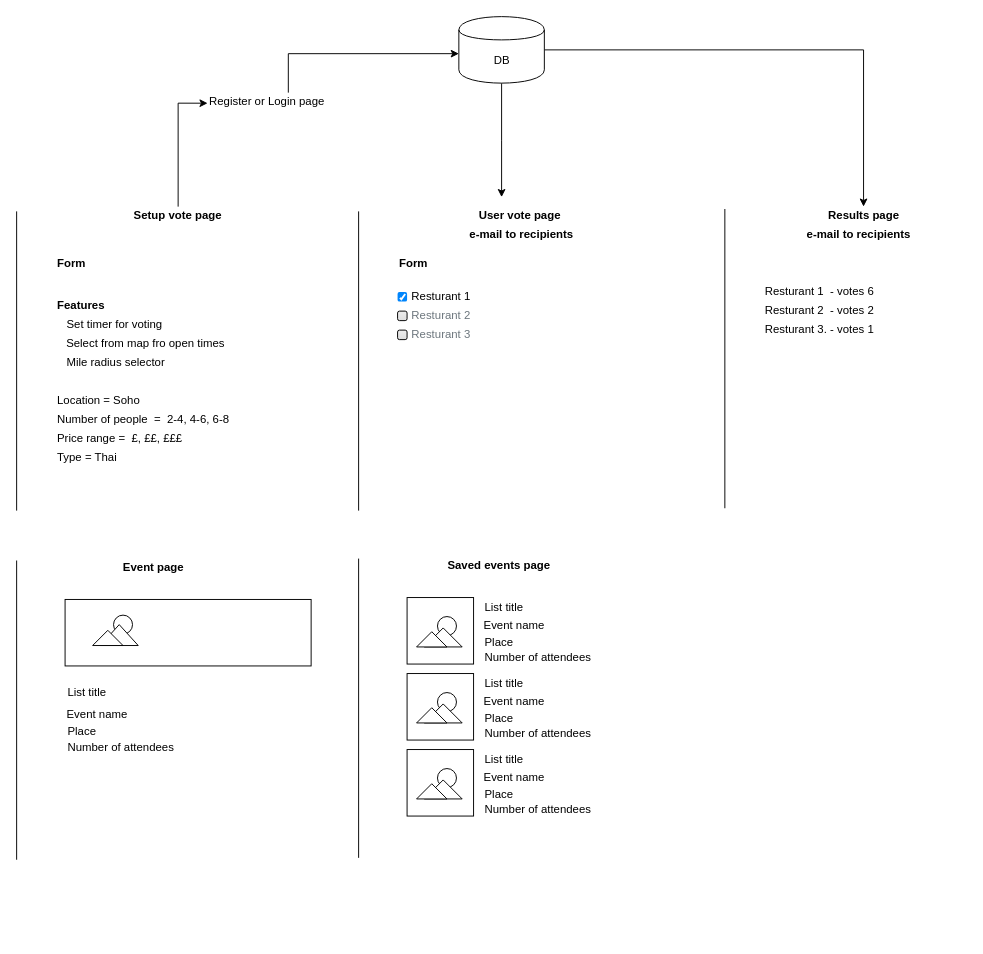
ameenaziz/lunch keeps this draw.io diagram as lunchSystem.drawio. Above is the earlier version. Source tidied: cells renumbered, new cells numbered last; positions are measured from the earlier drawing's top-left corner, leaving out a move shared by most shapes. Both pictures are drawn from the tidied source at 95%, with x=0, y=0 at pixel (16, 16).
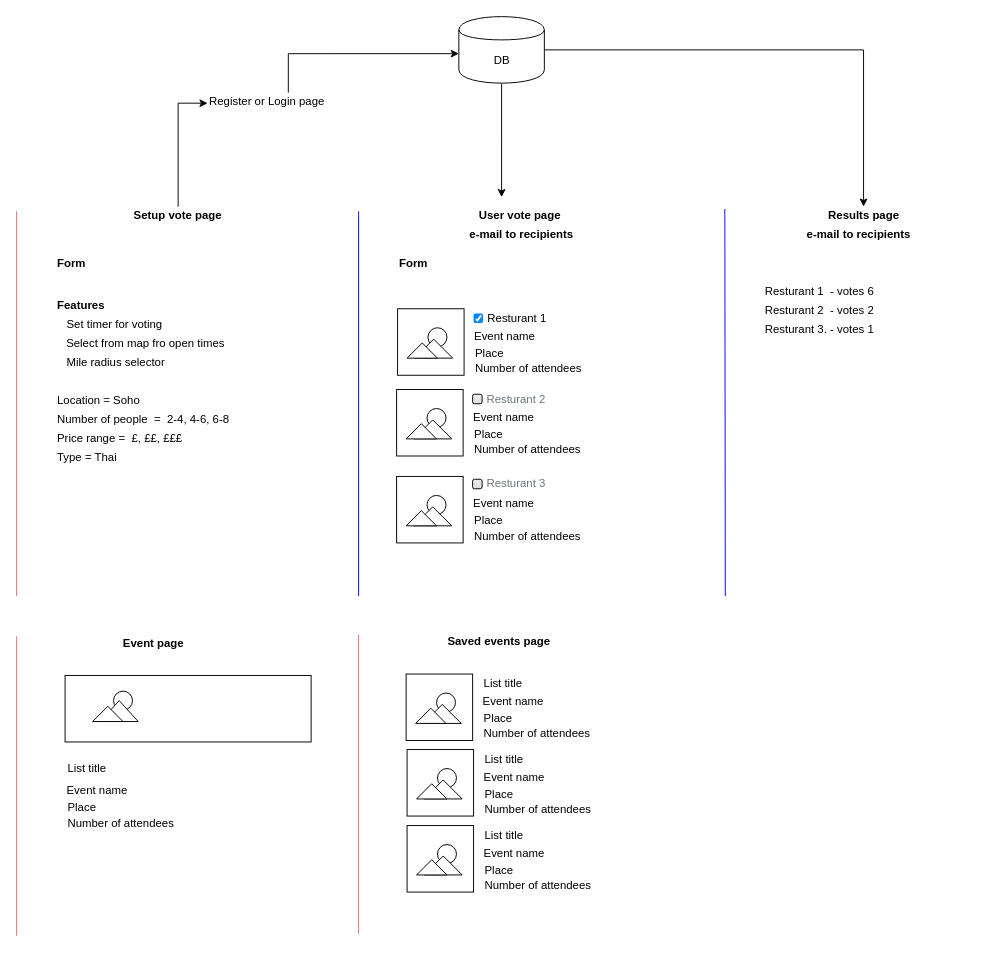
Above is the later version.

What changed in the source:
```diff
@@
     <mxCell id="15" style="group;" parent="1" vertex="1">
-      <mxGeometry x="411" y="671.5" width="48" height="70" as="geometry" />
+      <mxGeometry x="411" y="751.5" width="48" height="70" as="geometry" />
     </mxCell>
@@
-    <mxCell id="17" style="group;" parent="1" vertex="1">
-      <mxGeometry x="411" y="611.5" width="250" height="73" as="geometry" />
-    </mxCell>
-    <mxCell id="18" style="whiteSpace=wrap;html=1;fontStyle=0;" parent="17" vertex="1">
-      <mxGeometry width="70" height="70" as="geometry" />
-    </mxCell>
-    <mxCell id="19" value="List title&amp;nbsp;" style="text;html=1;strokeColor=none;fillColor=none;align=left;verticalAlign=middle;whiteSpace=wrap;rounded=0;" parent="17" vertex="1">
-      <mxGeometry x="80" width="170" height="20" as="geometry" />
-    </mxCell>
-    <mxCell id="20" value="Event name" style="text;html=1;strokeColor=none;fillColor=none;align=left;verticalAlign=middle;whiteSpace=wrap;rounded=0;" parent="17" vertex="1">
-      <mxGeometry x="79" y="19" width="170" height="20" as="geometry" />
-    </mxCell>
-    <mxCell id="21" value="Place" style="text;html=1;strokeColor=none;fillColor=none;align=left;verticalAlign=middle;whiteSpace=wrap;rounded=0;" parent="17" vertex="1">
-      <mxGeometry x="80" y="37" width="170" height="20" as="geometry" />
-    </mxCell>
-    <mxCell id="22" value="Number of attendees&amp;nbsp;" style="text;html=1;strokeColor=none;fillColor=none;align=left;verticalAlign=middle;whiteSpace=wrap;rounded=0;" parent="17" vertex="1">
-      <mxGeometry x="80" y="53" width="170" height="20" as="geometry" />
-    </mxCell>
-    <mxCell id="23" style="group;" parent="17" vertex="1">
-      <mxGeometry width="70" height="70" as="geometry" />
-    </mxCell>
-    <mxCell id="24" style="group;" parent="23" vertex="1">
-      <mxGeometry x="10" y="20" width="48" height="32" as="geometry" />
-    </mxCell>
-    <mxCell id="25" style="group;" parent="24" vertex="1">
-      <mxGeometry x="22" width="20" height="20" as="geometry" />
-    </mxCell>
-    <mxCell id="26" style="ellipse;whiteSpace=wrap;html=1;" parent="25" vertex="1">
-      <mxGeometry width="20" height="20" as="geometry" />
-    </mxCell>
-    <mxCell id="27" style="group;" parent="24" vertex="1">
-      <mxGeometry y="12" width="48" height="20" as="geometry" />
-    </mxCell>
-    <mxCell id="28" style="group;" parent="27" vertex="1">
-      <mxGeometry width="48" height="20" as="geometry" />
-    </mxCell>
-    <mxCell id="29" style="group;" parent="28" vertex="1">
-      <mxGeometry width="48" height="20" as="geometry" />
-    </mxCell>
-    <mxCell id="30" style="triangle;whiteSpace=wrap;html=1;rotation=-90;" parent="29" vertex="1">
-      <mxGeometry x="18" y="-10" width="20" height="40" as="geometry" />
-    </mxCell>
-    <mxCell id="31" style="triangle;whiteSpace=wrap;html=1;rotation=-90;" parent="29" vertex="1">
-      <mxGeometry x="8" y="-4" width="16" height="32" as="geometry" />
-    </mxCell>
     <mxCell id="32" style="group;" parent="1" vertex="1">
-      <mxGeometry x="411" y="691.5" width="250" height="73" as="geometry" />
+      <mxGeometry x="411" y="771.5" width="250" height="73" as="geometry" />
     </mxCell>
@@
     <mxCell id="47" style="group;" parent="1" vertex="1">
-      <mxGeometry x="411" y="771.5" width="250" height="73" as="geometry" />
+      <mxGeometry x="411" y="851.5" width="250" height="73" as="geometry" />
     </mxCell>
@@
-    <mxCell id="62" style="endArrow=none;html=1;" parent="1" edge="1">
+    <mxCell id="62" style="endArrow=none;html=1;strokeColor=#EA6B66;" parent="1" edge="1">
       <mxGeometry relative="1" as="geometry">
-        <mxPoint x="360" y="885.5" as="sourcePoint" />
-        <mxPoint x="360" y="570.5" as="targetPoint" />
+        <mxPoint x="360" y="965.5" as="sourcePoint" />
+        <mxPoint x="360" y="650.5" as="targetPoint" />
       </mxGeometry>
     </mxCell>
     <mxCell id="63" value="Saved events page" style="text;html=1;strokeColor=none;fillColor=none;align=center;verticalAlign=middle;whiteSpace=wrap;rounded=0;fontStyle=1;" parent="1" vertex="1">
-      <mxGeometry x="451" y="568" width="113.5" height="20" as="geometry" />
+      <mxGeometry x="451" y="648" width="113.5" height="20" as="geometry" />
     </mxCell>
@@
     <mxCell id="65" style="whiteSpace=wrap;html=1;fontStyle=0;" parent="1" vertex="1">
-      <mxGeometry x="51" y="613.5" width="259" height="70" as="geometry" />
+      <mxGeometry x="51" y="693.5" width="259" height="70" as="geometry" />
     </mxCell>
     <mxCell id="66" style="group;" parent="1" vertex="1">
-      <mxGeometry x="51" y="673.5" width="48" height="70" as="geometry" />
+      <mxGeometry x="51" y="753.5" width="48" height="70" as="geometry" />
     </mxCell>
@@
-    <mxCell id="68" style="endArrow=none;html=1;" parent="1" edge="1">
+    <mxCell id="68" style="endArrow=none;html=1;strokeColor=#EA6B66;" parent="1" edge="1">
       <mxGeometry relative="1" as="geometry">
-        <mxPoint y="887.5" as="sourcePoint" />
-        <mxPoint y="572.5" as="targetPoint" />
+        <mxPoint y="967.5" as="sourcePoint" />
+        <mxPoint y="652.5" as="targetPoint" />
       </mxGeometry>
     </mxCell>
     <mxCell id="69" value="Event page&amp;nbsp;" style="text;html=1;strokeColor=none;fillColor=none;align=center;verticalAlign=middle;whiteSpace=wrap;rounded=0;fontStyle=1;" parent="1" vertex="1">
-      <mxGeometry x="91" y="570" width="110" height="20" as="geometry" />
+      <mxGeometry x="91" y="650" width="110" height="20" as="geometry" />
     </mxCell>
     <mxCell id="70" value="List title&amp;nbsp;" style="text;html=1;strokeColor=none;fillColor=none;align=left;verticalAlign=middle;whiteSpace=wrap;rounded=0;" parent="1" vertex="1">
-      <mxGeometry x="52" y="701.5" width="170" height="20" as="geometry" />
+      <mxGeometry x="52" y="781.5" width="170" height="20" as="geometry" />
     </mxCell>
     <mxCell id="71" value="Event name" style="text;html=1;strokeColor=none;fillColor=none;align=left;verticalAlign=middle;whiteSpace=wrap;rounded=0;" parent="1" vertex="1">
-      <mxGeometry x="51" y="724.5" width="170" height="20" as="geometry" />
+      <mxGeometry x="51" y="804.5" width="170" height="20" as="geometry" />
     </mxCell>
     <mxCell id="72" value="Place" style="text;html=1;strokeColor=none;fillColor=none;align=left;verticalAlign=middle;whiteSpace=wrap;rounded=0;" parent="1" vertex="1">
-      <mxGeometry x="52" y="742.5" width="170" height="20" as="geometry" />
+      <mxGeometry x="52" y="822.5" width="170" height="20" as="geometry" />
     </mxCell>
     <mxCell id="73" value="Number of attendees&amp;nbsp;" style="text;html=1;strokeColor=none;fillColor=none;align=left;verticalAlign=middle;whiteSpace=wrap;rounded=0;" parent="1" vertex="1">
-      <mxGeometry x="52" y="758.5" width="170" height="20" as="geometry" />
+      <mxGeometry x="52" y="838.5" width="170" height="20" as="geometry" />
     </mxCell>
     <mxCell id="74" style="group;" parent="1" vertex="1">
-      <mxGeometry x="51" y="613.5" width="70" height="70" as="geometry" />
+      <mxGeometry x="51" y="693.5" width="70" height="70" as="geometry" />
     </mxCell>
@@
-    <mxCell id="90" style="endArrow=none;html=1;" parent="1" edge="1">
+    <mxCell id="90" style="endArrow=none;html=1;strokeColor=#EA6B66;" parent="1" edge="1">
       <mxGeometry relative="1" as="geometry">
-        <mxPoint y="520" as="sourcePoint" />
+        <mxPoint y="610" as="sourcePoint" />
         <mxPoint y="205" as="targetPoint" />
       </mxGeometry>
     </mxCell>
-    <mxCell id="91" style="endArrow=none;html=1;" parent="1" edge="1">
+    <mxCell id="91" style="endArrow=none;html=1;strokeColor=#0000FF;" parent="1" edge="1">
       <mxGeometry relative="1" as="geometry">
-        <mxPoint x="745.5" y="517.5" as="sourcePoint" />
+        <mxPoint x="746" y="610" as="sourcePoint" />
         <mxPoint x="745.5" y="202.5" as="targetPoint" />
       </mxGeometry>
     </mxCell>
-    <mxCell id="92" style="endArrow=none;html=1;" parent="1" edge="1">
+    <mxCell id="92" style="endArrow=none;html=1;strokeColor=#0000FF;" parent="1" edge="1">
       <mxGeometry relative="1" as="geometry">
-        <mxPoint x="360" y="520" as="sourcePoint" />
+        <mxPoint x="360" y="610" as="sourcePoint" />
         <mxPoint x="360" y="205" as="targetPoint" />
       </mxGeometry>
     </mxCell>
-    <mxCell id="93" value="Resturant 1&amp;nbsp;" style="html=1;shadow=0;dashed=0;shape=mxgraph.bootstrap.checkbox2;labelPosition=right;verticalLabelPosition=middle;align=left;verticalAlign=middle;gradientColor=#DEDEDE;fillColor=#EDEDED;checked=1;spacing=5;checkedFill=#0085FC;checkedStroke=#ffffff;" parent="1" vertex="1">
-      <mxGeometry x="401" y="290" width="10" height="10" as="geometry" />
-    </mxCell>
-    <mxCell id="94" value="Resturant 2&amp;nbsp;" style="html=1;shadow=0;dashed=0;shape=mxgraph.bootstrap.checkbox2;labelPosition=right;verticalLabelPosition=middle;align=left;verticalAlign=middle;gradientColor=#DEDEDE;fillColor=#EDEDED;checked=0;spacing=5;fontColor=#6C767D;checkedFill=#0085FC;checkedStroke=#ffffff;" parent="1" vertex="1">
-      <mxGeometry x="401" y="310" width="10" height="10" as="geometry" />
-    </mxCell>
-    <mxCell id="95" value="Resturant 3" style="html=1;shadow=0;dashed=0;shape=mxgraph.bootstrap.checkbox2;labelPosition=right;verticalLabelPosition=middle;align=left;verticalAlign=middle;gradientColor=#DEDEDE;fillColor=#EDEDED;checked=0;spacing=5;fontColor=#6C767D;checkedFill=#0085FC;checkedStroke=#ffffff;" parent="1" vertex="1">
-      <mxGeometry x="401" y="330" width="10" height="10" as="geometry" />
-    </mxCell>
@@
+    <mxCell id="99" style="group;" parent="1" vertex="1">
+      <mxGeometry x="401" y="307.5" width="250" height="73" as="geometry" />
+    </mxCell>
+    <mxCell id="17" style="group;" parent="99" vertex="1">
+      <mxGeometry width="250" height="73" as="geometry" />
+    </mxCell>
+    <mxCell id="18" style="whiteSpace=wrap;html=1;fontStyle=0;" parent="17" vertex="1">
+      <mxGeometry width="70" height="70" as="geometry" />
+    </mxCell>
+    <mxCell id="20" value="Event name" style="text;html=1;strokeColor=none;fillColor=none;align=left;verticalAlign=middle;whiteSpace=wrap;rounded=0;" parent="17" vertex="1">
+      <mxGeometry x="79" y="19" width="170" height="20" as="geometry" />
+    </mxCell>
+    <mxCell id="21" value="Place" style="text;html=1;strokeColor=none;fillColor=none;align=left;verticalAlign=middle;whiteSpace=wrap;rounded=0;" parent="17" vertex="1">
+      <mxGeometry x="80" y="37" width="170" height="20" as="geometry" />
+    </mxCell>
+    <mxCell id="22" value="Number of attendees&amp;nbsp;" style="text;html=1;strokeColor=none;fillColor=none;align=left;verticalAlign=middle;whiteSpace=wrap;rounded=0;" parent="17" vertex="1">
+      <mxGeometry x="80" y="53" width="170" height="20" as="geometry" />
+    </mxCell>
+    <mxCell id="23" style="group;" parent="17" vertex="1">
+      <mxGeometry width="70" height="70" as="geometry" />
+    </mxCell>
+    <mxCell id="24" style="group;" parent="23" vertex="1">
+      <mxGeometry x="10" y="20" width="48" height="32" as="geometry" />
+    </mxCell>
+    <mxCell id="25" style="group;" parent="24" vertex="1">
+      <mxGeometry x="22" width="20" height="20" as="geometry" />
+    </mxCell>
+    <mxCell id="26" style="ellipse;whiteSpace=wrap;html=1;" parent="25" vertex="1">
+      <mxGeometry width="20" height="20" as="geometry" />
+    </mxCell>
+    <mxCell id="27" style="group;" parent="24" vertex="1">
+      <mxGeometry y="12" width="48" height="20" as="geometry" />
+    </mxCell>
+    <mxCell id="28" style="group;" parent="27" vertex="1">
+      <mxGeometry width="48" height="20" as="geometry" />
+    </mxCell>
+    <mxCell id="29" style="group;" parent="28" vertex="1">
+      <mxGeometry width="48" height="20" as="geometry" />
+    </mxCell>
+    <mxCell id="30" style="triangle;whiteSpace=wrap;html=1;rotation=-90;" parent="29" vertex="1">
+      <mxGeometry x="18" y="-10" width="20" height="40" as="geometry" />
+    </mxCell>
+    <mxCell id="31" style="triangle;whiteSpace=wrap;html=1;rotation=-90;" parent="29" vertex="1">
+      <mxGeometry x="8" y="-4" width="16" height="32" as="geometry" />
+    </mxCell>
+    <mxCell id="93" value="Resturant 1&amp;nbsp;" style="html=1;shadow=0;dashed=0;shape=mxgraph.bootstrap.checkbox2;labelPosition=right;verticalLabelPosition=middle;align=left;verticalAlign=middle;gradientColor=#DEDEDE;fillColor=#EDEDED;checked=1;spacing=5;checkedFill=#0085FC;checkedStroke=#ffffff;" parent="17" vertex="1">
+      <mxGeometry x="80" y="5" width="10" height="10" as="geometry" />
+    </mxCell>
+    <mxCell id="100" style="group;" parent="1" vertex="1">
+      <mxGeometry x="410" y="692" width="250" height="73" as="geometry" />
+    </mxCell>
+    <mxCell id="101" style="group;" parent="100" vertex="1">
+      <mxGeometry width="250" height="73" as="geometry" />
+    </mxCell>
+    <mxCell id="102" style="whiteSpace=wrap;html=1;fontStyle=0;" parent="101" vertex="1">
+      <mxGeometry width="70" height="70" as="geometry" />
+    </mxCell>
+    <mxCell id="19" value="List title&amp;nbsp;" style="text;html=1;strokeColor=none;fillColor=none;align=left;verticalAlign=middle;whiteSpace=wrap;rounded=0;" parent="101" vertex="1">
+      <mxGeometry x="80" width="170" height="20" as="geometry" />
+    </mxCell>
+    <mxCell id="103" value="Event name" style="text;html=1;strokeColor=none;fillColor=none;align=left;verticalAlign=middle;whiteSpace=wrap;rounded=0;" parent="101" vertex="1">
+      <mxGeometry x="79" y="19" width="170" height="20" as="geometry" />
+    </mxCell>
+    <mxCell id="104" value="Place" style="text;html=1;strokeColor=none;fillColor=none;align=left;verticalAlign=middle;whiteSpace=wrap;rounded=0;" parent="101" vertex="1">
+      <mxGeometry x="80" y="37" width="170" height="20" as="geometry" />
+    </mxCell>
+    <mxCell id="105" value="Number of attendees&amp;nbsp;" style="text;html=1;strokeColor=none;fillColor=none;align=left;verticalAlign=middle;whiteSpace=wrap;rounded=0;" parent="101" vertex="1">
+      <mxGeometry x="80" y="53" width="170" height="20" as="geometry" />
+    </mxCell>
+    <mxCell id="106" style="group;" parent="101" vertex="1">
+      <mxGeometry width="70" height="70" as="geometry" />
+    </mxCell>
+    <mxCell id="107" style="group;" parent="106" vertex="1">
+      <mxGeometry x="10" y="20" width="48" height="32" as="geometry" />
+    </mxCell>
+    <mxCell id="108" style="group;" parent="107" vertex="1">
+      <mxGeometry x="22" width="20" height="20" as="geometry" />
+    </mxCell>
+    <mxCell id="109" style="ellipse;whiteSpace=wrap;html=1;" parent="108" vertex="1">
+      <mxGeometry width="20" height="20" as="geometry" />
+    </mxCell>
+    <mxCell id="110" style="group;" parent="107" vertex="1">
+      <mxGeometry y="12" width="48" height="20" as="geometry" />
+    </mxCell>
+    <mxCell id="111" style="group;" parent="110" vertex="1">
+      <mxGeometry width="48" height="20" as="geometry" />
+    </mxCell>
+    <mxCell id="112" style="group;" parent="111" vertex="1">
+      <mxGeometry width="48" height="20" as="geometry" />
+    </mxCell>
+    <mxCell id="113" style="triangle;whiteSpace=wrap;html=1;rotation=-90;" parent="112" vertex="1">
+      <mxGeometry x="18" y="-10" width="20" height="40" as="geometry" />
+    </mxCell>
+    <mxCell id="114" style="triangle;whiteSpace=wrap;html=1;rotation=-90;" parent="112" vertex="1">
+      <mxGeometry x="8" y="-4" width="16" height="32" as="geometry" />
+    </mxCell>
+    <mxCell id="115" style="group;" parent="1" vertex="1">
+      <mxGeometry x="400" y="392.5" width="250" height="73" as="geometry" />
+    </mxCell>
+    <mxCell id="116" style="group;" parent="115" vertex="1">
+      <mxGeometry width="250" height="73" as="geometry" />
+    </mxCell>
+    <mxCell id="117" style="whiteSpace=wrap;html=1;fontStyle=0;" parent="116" vertex="1">
+      <mxGeometry width="70" height="70" as="geometry" />
+    </mxCell>
+    <mxCell id="118" value="Event name" style="text;html=1;strokeColor=none;fillColor=none;align=left;verticalAlign=middle;whiteSpace=wrap;rounded=0;" parent="116" vertex="1">
+      <mxGeometry x="79" y="19" width="170" height="20" as="geometry" />
+    </mxCell>
+    <mxCell id="119" value="Place" style="text;html=1;strokeColor=none;fillColor=none;align=left;verticalAlign=middle;whiteSpace=wrap;rounded=0;" parent="116" vertex="1">
+      <mxGeometry x="80" y="37" width="170" height="20" as="geometry" />
+    </mxCell>
+    <mxCell id="120" value="Number of attendees&amp;nbsp;" style="text;html=1;strokeColor=none;fillColor=none;align=left;verticalAlign=middle;whiteSpace=wrap;rounded=0;" parent="116" vertex="1">
+      <mxGeometry x="80" y="53" width="170" height="20" as="geometry" />
+    </mxCell>
+    <mxCell id="121" style="group;" parent="116" vertex="1">
+      <mxGeometry width="70" height="70" as="geometry" />
+    </mxCell>
+    <mxCell id="122" style="group;" parent="121" vertex="1">
+      <mxGeometry x="10" y="20" width="48" height="32" as="geometry" />
+    </mxCell>
+    <mxCell id="123" style="group;" parent="122" vertex="1">
+      <mxGeometry x="22" width="20" height="20" as="geometry" />
+    </mxCell>
+    <mxCell id="124" style="ellipse;whiteSpace=wrap;html=1;" parent="123" vertex="1">
+      <mxGeometry width="20" height="20" as="geometry" />
+    </mxCell>
+    <mxCell id="125" style="group;" parent="122" vertex="1">
+      <mxGeometry y="12" width="48" height="20" as="geometry" />
+    </mxCell>
+    <mxCell id="126" style="group;" parent="125" vertex="1">
+      <mxGeometry width="48" height="20" as="geometry" />
+    </mxCell>
+    <mxCell id="127" style="group;" parent="126" vertex="1">
+      <mxGeometry width="48" height="20" as="geometry" />
+    </mxCell>
+    <mxCell id="128" style="triangle;whiteSpace=wrap;html=1;rotation=-90;" parent="127" vertex="1">
+      <mxGeometry x="18" y="-10" width="20" height="40" as="geometry" />
+    </mxCell>
+    <mxCell id="129" style="triangle;whiteSpace=wrap;html=1;rotation=-90;" parent="127" vertex="1">
+      <mxGeometry x="8" y="-4" width="16" height="32" as="geometry" />
+    </mxCell>
+    <mxCell id="95" value="Resturant 2" style="html=1;shadow=0;dashed=0;shape=mxgraph.bootstrap.checkbox2;labelPosition=right;verticalLabelPosition=middle;align=left;verticalAlign=middle;gradientColor=#DEDEDE;fillColor=#EDEDED;checked=0;spacing=5;fontColor=#6C767D;checkedFill=#0085FC;checkedStroke=#ffffff;" parent="116" vertex="1">
+      <mxGeometry x="80" y="5" width="10" height="10" as="geometry" />
+    </mxCell>
+    <mxCell id="130" style="group;" parent="1" vertex="1">
+      <mxGeometry x="400" y="484" width="250" height="73" as="geometry" />
+    </mxCell>
+    <mxCell id="131" style="group;" parent="130" vertex="1">
+      <mxGeometry width="250" height="73" as="geometry" />
+    </mxCell>
+    <mxCell id="132" style="whiteSpace=wrap;html=1;fontStyle=0;" parent="131" vertex="1">
+      <mxGeometry width="70" height="70" as="geometry" />
+    </mxCell>
+    <mxCell id="133" value="Event name" style="text;html=1;strokeColor=none;fillColor=none;align=left;verticalAlign=middle;whiteSpace=wrap;rounded=0;" parent="131" vertex="1">
+      <mxGeometry x="79" y="19" width="170" height="20" as="geometry" />
+    </mxCell>
+    <mxCell id="134" value="Place" style="text;html=1;strokeColor=none;fillColor=none;align=left;verticalAlign=middle;whiteSpace=wrap;rounded=0;" parent="131" vertex="1">
+      <mxGeometry x="80" y="37" width="170" height="20" as="geometry" />
+    </mxCell>
+    <mxCell id="135" value="Number of attendees&amp;nbsp;" style="text;html=1;strokeColor=none;fillColor=none;align=left;verticalAlign=middle;whiteSpace=wrap;rounded=0;" parent="131" vertex="1">
+      <mxGeometry x="80" y="53" width="170" height="20" as="geometry" />
+    </mxCell>
+    <mxCell id="136" style="group;" parent="131" vertex="1">
+      <mxGeometry width="70" height="70" as="geometry" />
+    </mxCell>
+    <mxCell id="137" style="group;" parent="136" vertex="1">
+      <mxGeometry x="10" y="20" width="48" height="32" as="geometry" />
+    </mxCell>
+    <mxCell id="138" style="group;" parent="137" vertex="1">
+      <mxGeometry x="22" width="20" height="20" as="geometry" />
+    </mxCell>
+    <mxCell id="139" style="ellipse;whiteSpace=wrap;html=1;" parent="138" vertex="1">
+      <mxGeometry width="20" height="20" as="geometry" />
+    </mxCell>
+    <mxCell id="140" style="group;" parent="137" vertex="1">
+      <mxGeometry y="12" width="48" height="20" as="geometry" />
+    </mxCell>
+    <mxCell id="141" style="group;" parent="140" vertex="1">
+      <mxGeometry width="48" height="20" as="geometry" />
+    </mxCell>
+    <mxCell id="142" style="group;" parent="141" vertex="1">
+      <mxGeometry width="48" height="20" as="geometry" />
+    </mxCell>
+    <mxCell id="143" style="triangle;whiteSpace=wrap;html=1;rotation=-90;" parent="142" vertex="1">
+      <mxGeometry x="18" y="-10" width="20" height="40" as="geometry" />
+    </mxCell>
+    <mxCell id="144" style="triangle;whiteSpace=wrap;html=1;rotation=-90;" parent="142" vertex="1">
+      <mxGeometry x="8" y="-4" width="16" height="32" as="geometry" />
+    </mxCell>
+    <mxCell id="94" value="Resturant 3" style="html=1;shadow=0;dashed=0;shape=mxgraph.bootstrap.checkbox2;labelPosition=right;verticalLabelPosition=middle;align=left;verticalAlign=middle;gradientColor=#DEDEDE;fillColor=#EDEDED;checked=0;spacing=5;fontColor=#6C767D;checkedFill=#0085FC;checkedStroke=#ffffff;" parent="131" vertex="1">
+      <mxGeometry x="80" y="3" width="10" height="10" as="geometry" />
+    </mxCell>
```
